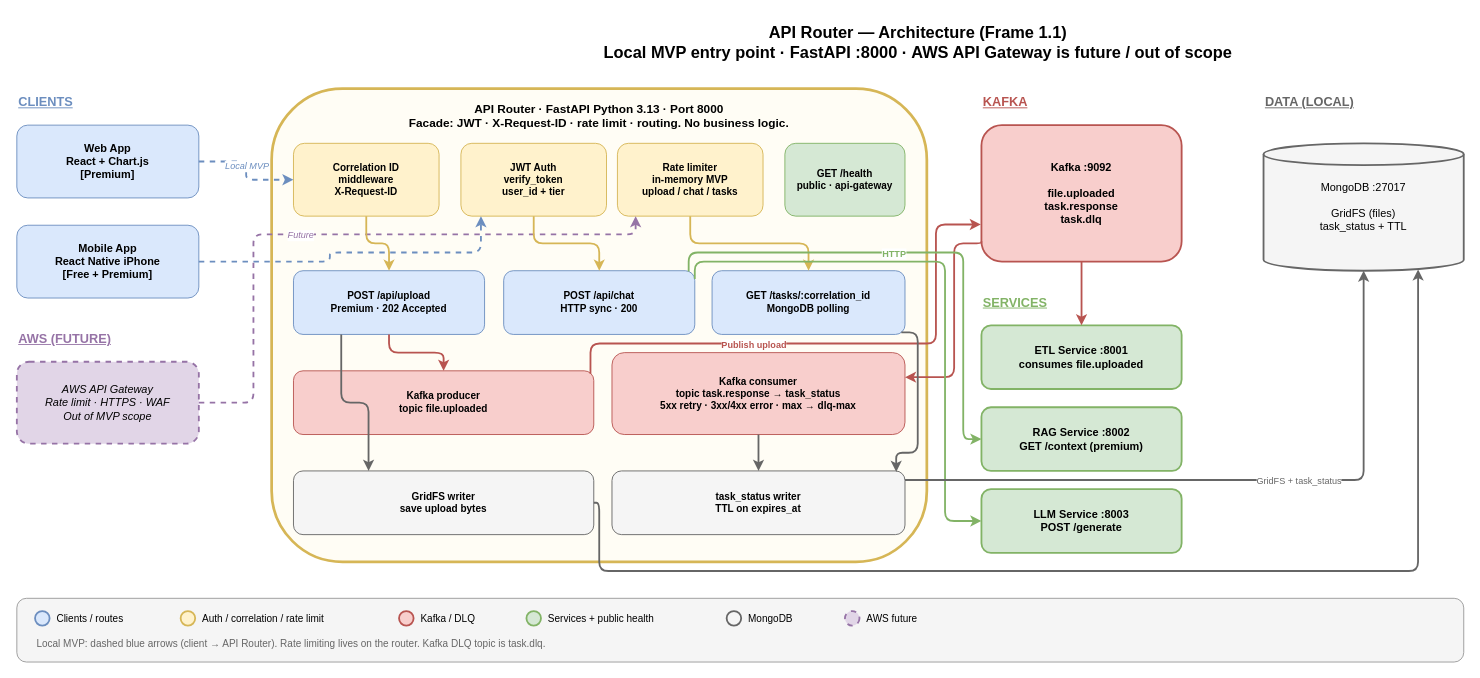
Above: openspec/changes/objective-1-1-api-router/output/diagrams/api-router-architecture.drawio in da-ros/llm-brain (draw.io), before the change. Source tidied: cells renumbered, new cells numbered last; positions are measured from the earlier drawing's top-left corner, leaving out a move shared by most shapes. Both pictures are drawn from the tidied source at 91%, with x=0, y=0 at pixel (16, 15).
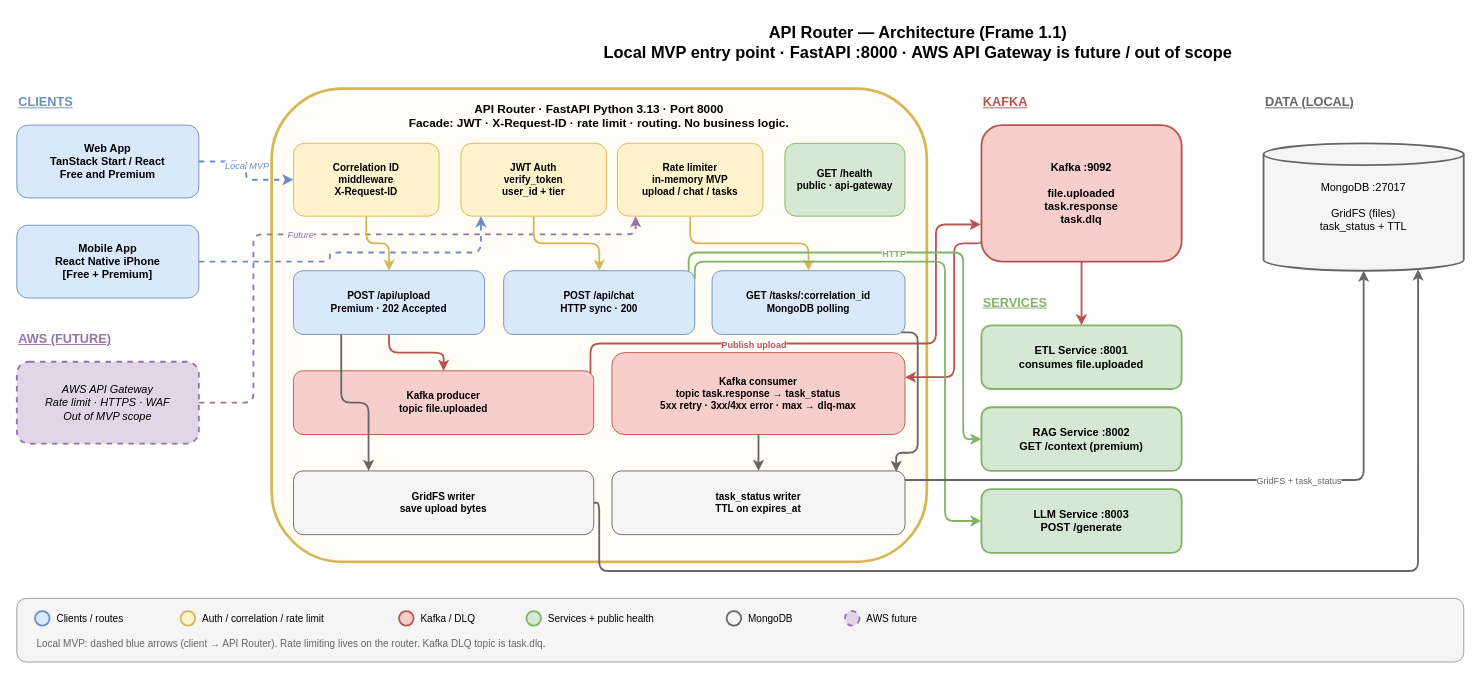
The same diagram, later.

Diff of the diagram source:
```diff
@@
-    <mxCell id="5" value="Web App&#10;React + Chart.js&#10;[Premium]" style="rounded=1;whiteSpace=wrap;html=1;fillColor=#dae8fc;strokeColor=#6c8ebf;fontSize=12;fontStyle=1;" parent="1" vertex="1">
+    <mxCell id="5" value="Web App&#10;TanStack Start / React&#10;Free and Premium" style="rounded=1;whiteSpace=wrap;html=1;fillColor=#dae8fc;strokeColor=#6c8ebf;fontSize=12;fontStyle=1;" parent="1" vertex="1">
       <mxGeometry y="120" width="200" height="80" as="geometry" />
     </mxCell>
```
